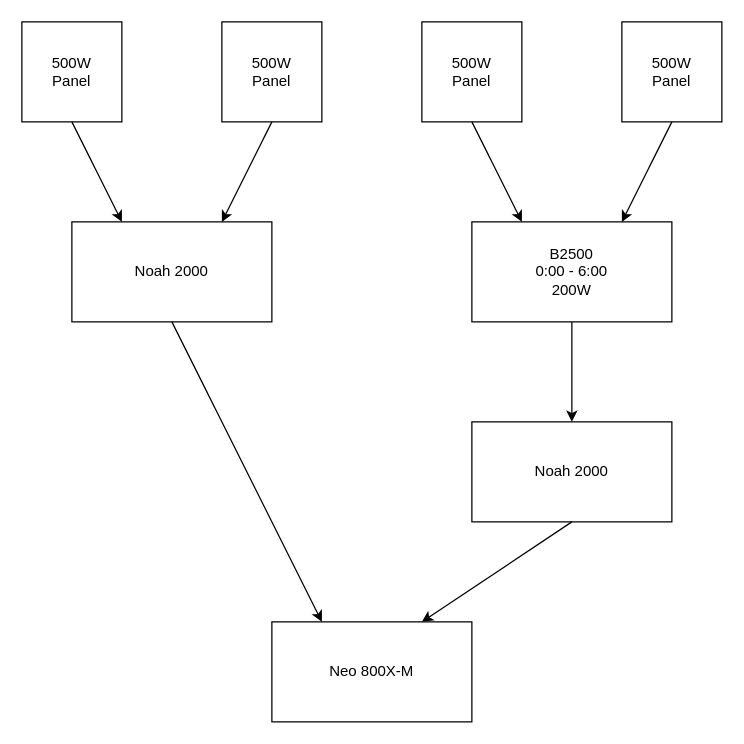
Above: page "Seite-4" (4 of 4) of EnergyAutomate/EnergyAutomate/EnergieAutomation.drawio in ahSidata/GenericSoftware (draw.io), before the change. Source tidied: cells renumbered, new cells numbered last; positions are measured from the earlier drawing's top-left corner, leaving out a move shared by most shapes. Both pictures are drawn from the tidied source at 125%, with x=0, y=0 at pixel (21, 21).
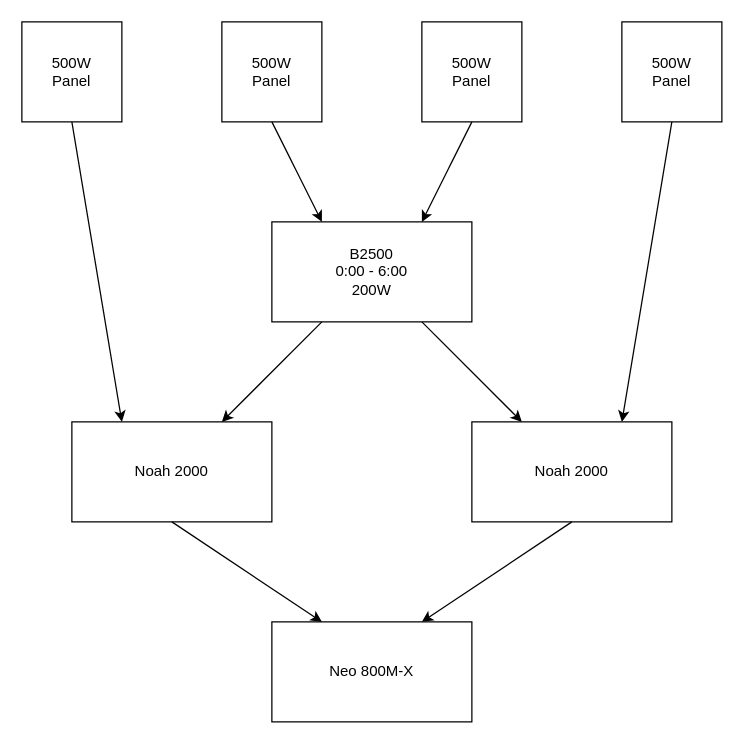
The same diagram, later.

Diff of the diagram source:
```diff
@@
 <mxGraphModel>
   <root>
     <mxCell id="0" />
     <mxCell id="1" parent="0" />
     <mxCell id="2" value="500W&lt;br&gt;Panel" style="whiteSpace=wrap;html=1;" parent="1" vertex="1">
       <mxGeometry width="80" height="80" as="geometry" />
     </mxCell>
     <mxCell id="3" value="500W&lt;br&gt;Panel" style="whiteSpace=wrap;html=1;" parent="1" vertex="1">
       <mxGeometry x="160" width="80" height="80" as="geometry" />
     </mxCell>
     <mxCell id="4" value="500W&lt;br&gt;Panel" style="whiteSpace=wrap;html=1;" parent="1" vertex="1">
       <mxGeometry x="320" width="80" height="80" as="geometry" />
     </mxCell>
     <mxCell id="5" value="500W&lt;br&gt;Panel" style="whiteSpace=wrap;html=1;" parent="1" vertex="1">
       <mxGeometry x="480" width="80" height="80" as="geometry" />
     </mxCell>
     <mxCell id="6" value="Noah 2000" style="rounded=0;whiteSpace=wrap;html=1;" parent="1" vertex="1">
-      <mxGeometry x="40" y="160" width="160" height="80" as="geometry" />
+      <mxGeometry x="40" y="320" width="160" height="80" as="geometry" />
     </mxCell>
     <mxCell id="7" value="B2500&lt;br&gt;0:00 - 6:00&lt;br&gt;200W" style="rounded=0;whiteSpace=wrap;html=1;" parent="1" vertex="1">
-      <mxGeometry x="360" y="160" width="160" height="80" as="geometry" />
+      <mxGeometry x="200" y="160" width="160" height="80" as="geometry" />
     </mxCell>
-    <mxCell id="8" style="endArrow=classic;html=1;rounded=0;exitX=0.5;exitY=1;exitDx=0;exitDy=0;entryX=0.75;entryY=0;entryDx=0;entryDy=0;" parent="1" edge="1" source="5" target="7">
+    <mxCell id="8" style="endArrow=classic;html=1;rounded=0;exitX=0.5;exitY=1;exitDx=0;exitDy=0;entryX=0.75;entryY=0;entryDx=0;entryDy=0;" parent="1" edge="1" source="5" target="12">
       <mxGeometry relative="1" as="geometry" />
     </mxCell>
-    <mxCell id="9" style="endArrow=classic;html=1;rounded=0;exitX=0.5;exitY=1;exitDx=0;exitDy=0;entryX=0.25;entryY=0;entryDx=0;entryDy=0;" parent="1" edge="1" source="4" target="7">
+    <mxCell id="9" style="endArrow=classic;html=1;rounded=0;exitX=0.5;exitY=1;exitDx=0;exitDy=0;entryX=0.75;entryY=0;entryDx=0;entryDy=0;" parent="1" edge="1" source="4" target="7">
       <mxGeometry relative="1" as="geometry" />
     </mxCell>
-    <mxCell id="10" style="endArrow=classic;html=1;rounded=0;exitX=0.5;exitY=1;exitDx=0;exitDy=0;entryX=0.75;entryY=0;entryDx=0;entryDy=0;" parent="1" edge="1">
+    <mxCell id="10" style="endArrow=classic;html=1;rounded=0;exitX=0.5;exitY=1;exitDx=0;exitDy=0;entryX=0.25;entryY=0;entryDx=0;entryDy=0;" parent="1" edge="1" target="7">
       <mxGeometry relative="1" as="geometry">
         <mxPoint x="200" y="80" as="sourcePoint" />
-        <mxPoint x="160" y="160" as="targetPoint" />
       </mxGeometry>
     </mxCell>
-    <mxCell id="11" style="endArrow=classic;html=1;rounded=0;exitX=0.5;exitY=1;exitDx=0;exitDy=0;entryX=0.25;entryY=0;entryDx=0;entryDy=0;" parent="1" edge="1">
+    <mxCell id="11" style="endArrow=classic;html=1;rounded=0;exitX=0.5;exitY=1;exitDx=0;exitDy=0;entryX=0.25;entryY=0;entryDx=0;entryDy=0;" parent="1" edge="1" target="6">
       <mxGeometry relative="1" as="geometry">
         <mxPoint x="40" y="80" as="sourcePoint" />
-        <mxPoint x="80" y="160" as="targetPoint" />
       </mxGeometry>
     </mxCell>
     <mxCell id="12" value="Noah 2000" style="rounded=0;whiteSpace=wrap;html=1;" parent="1" vertex="1">
       <mxGeometry x="360" y="320" width="160" height="80" as="geometry" />
     </mxCell>
-    <mxCell id="13" value="Neo 800X-M" style="rounded=0;whiteSpace=wrap;html=1;" parent="1" vertex="1">
+    <mxCell id="13" value="Neo 800M-X" style="rounded=0;whiteSpace=wrap;html=1;" parent="1" vertex="1">
       <mxGeometry x="200" y="480" width="160" height="80" as="geometry" />
     </mxCell>
     <mxCell id="14" style="endArrow=classic;html=1;rounded=0;entryX=0.75;entryY=0;entryDx=0;entryDy=0;exitX=0.5;exitY=1;exitDx=0;exitDy=0;" parent="1" edge="1" source="12" target="13">
       <mxGeometry relative="1" as="geometry" />
     </mxCell>
     <mxCell id="15" style="endArrow=classic;html=1;rounded=0;entryX=0.25;entryY=0;entryDx=0;entryDy=0;exitX=0.5;exitY=1;exitDx=0;exitDy=0;" parent="1" edge="1" source="6" target="13">
       <mxGeometry relative="1" as="geometry" />
     </mxCell>
-    <mxCell id="16" style="endArrow=classic;html=1;rounded=0;entryX=0.5;entryY=0;entryDx=0;entryDy=0;exitX=0.5;exitY=1;exitDx=0;exitDy=0;" parent="1" edge="1" source="7" target="12">
+    <mxCell id="16" style="endArrow=classic;html=1;rounded=0;entryX=0.25;entryY=0;entryDx=0;entryDy=0;exitX=0.75;exitY=1;exitDx=0;exitDy=0;" parent="1" edge="1" source="7" target="12">
       <mxGeometry relative="1" as="geometry" />
     </mxCell>
+    <mxCell id="17" style="endArrow=classic;html=1;rounded=0;entryX=0.75;entryY=0;entryDx=0;entryDy=0;exitX=0.25;exitY=1;exitDx=0;exitDy=0;" parent="1" edge="1" source="7" target="6">
+      <mxGeometry relative="1" as="geometry" />
+    </mxCell>
   </root>
 </mxGraphModel>
```
